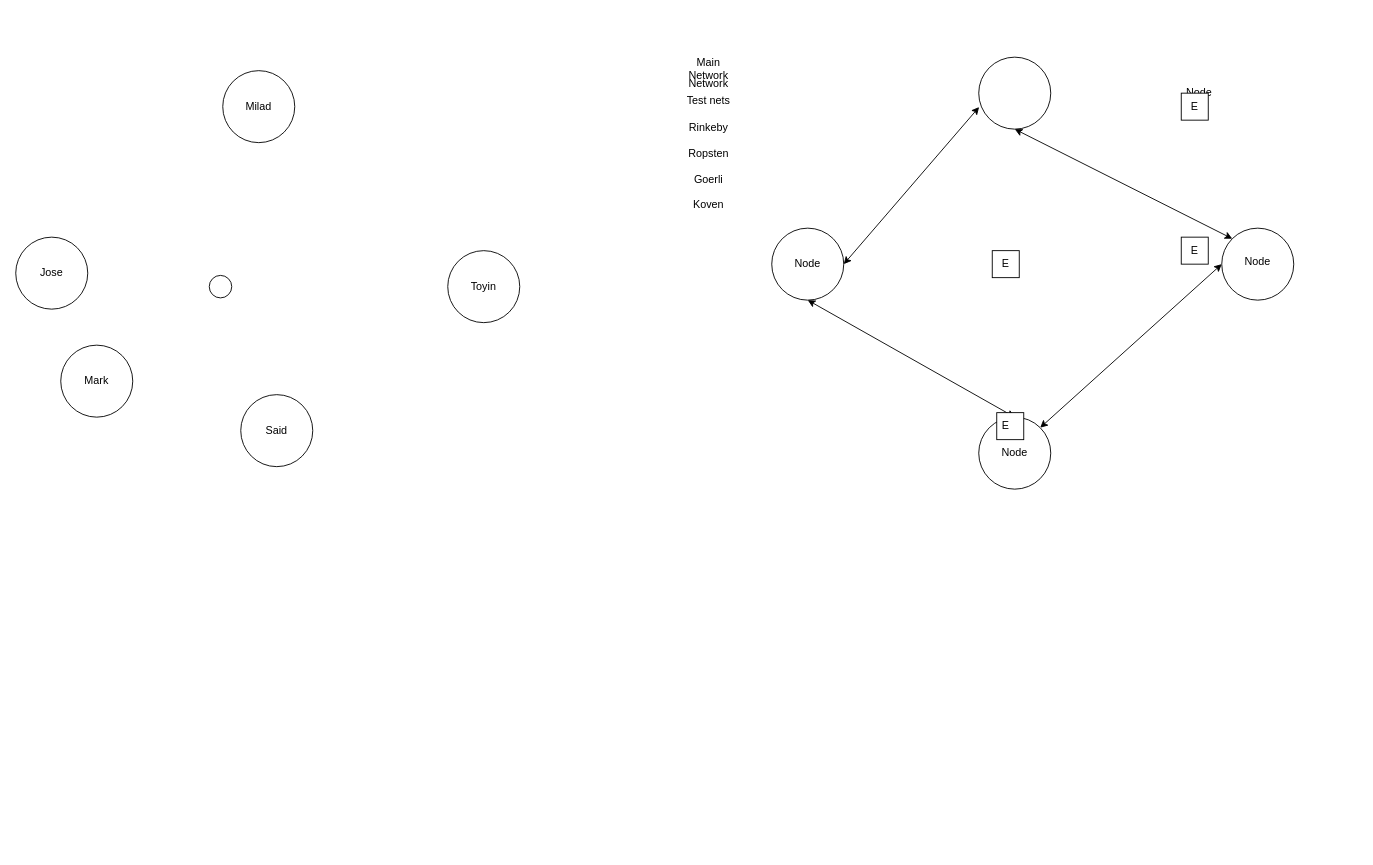
Web3-courses/Diagrams keeps this draw.io diagram as Untitled Diagram.drawio. Above is the earlier version. Source tidied: cells renumbered, new cells numbered last; positions are measured from the earlier drawing's top-left corner, leaving out a move shared by most shapes. Both pictures are drawn from the tidied source at 90%, with x=0, y=0 at pixel (15, 57).
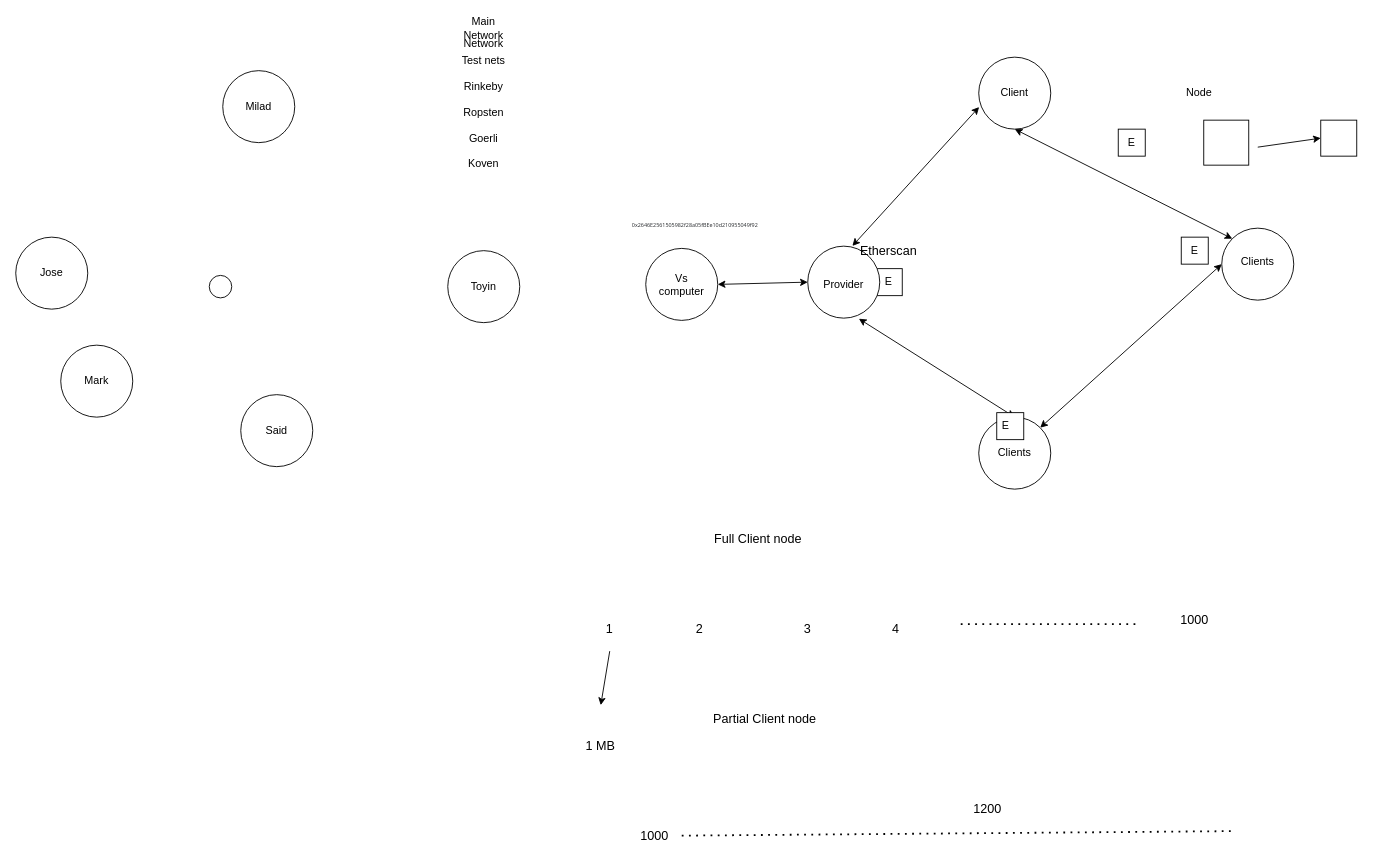
The same page after the edit.

Unchanged cells that the change refers to:
```xml
<mxCell id="3" style="ellipse;whiteSpace=wrap;html=1;" parent="1" vertex="1">
  <mxGeometry x="1070" width="80" height="80" as="geometry" />
</mxCell>
<mxCell id="5" style="ellipse;whiteSpace=wrap;html=1;" parent="1" vertex="1">
  <mxGeometry x="1070" y="400" width="80" height="80" as="geometry" />
</mxCell>
```

What changed in the source:
```diff
@@
     <mxCell id="2" style="ellipse;whiteSpace=wrap;html=1;" parent="1" vertex="1">
-      <mxGeometry x="840" y="190" width="80" height="80" as="geometry" />
+      <mxGeometry x="700" y="212.5" width="80" height="80" as="geometry" />
     </mxCell>
@@
-    <mxCell id="6" style="endArrow=classic;startArrow=classic;html=1;rounded=0;exitX=1;exitY=0.5;exitDx=0;exitDy=0;entryX=0.005;entryY=0.693;entryDx=0;entryDy=0;entryPerimeter=0;" parent="1" edge="1" source="2" target="3">
+    <mxCell id="6" style="endArrow=classic;startArrow=classic;html=1;rounded=0;entryX=0.005;entryY=0.693;entryDx=0;entryDy=0;entryPerimeter=0;exitX=0.62;exitY=-0.003;exitDx=0;exitDy=0;exitPerimeter=0;" parent="1" edge="1" source="36" target="3">
       <mxGeometry relative="1" as="geometry" />
     </mxCell>
@@
-    <mxCell id="9" style="endArrow=classic;startArrow=classic;html=1;rounded=0;entryX=0.5;entryY=1;entryDx=0;entryDy=0;exitX=0.5;exitY=0;exitDx=0;exitDy=0;" parent="1" edge="1" source="5" target="2">
+    <mxCell id="9" style="endArrow=classic;startArrow=classic;html=1;rounded=0;exitX=0.5;exitY=0;exitDx=0;exitDy=0;entryX=0.71;entryY=1.008;entryDx=0;entryDy=0;entryPerimeter=0;" parent="1" edge="1" source="5" target="36">
       <mxGeometry relative="1" as="geometry" />
     </mxCell>
-    <mxCell id="10" value="Node" style="text;html=1;strokeColor=none;fillColor=none;align=center;verticalAlign=middle;whiteSpace=wrap;rounded=0;" parent="1" vertex="1">
-      <mxGeometry x="850" y="215" width="60" height="30" as="geometry" />
+    <mxCell id="10" value="Vs computer" style="text;html=1;strokeColor=none;fillColor=none;align=center;verticalAlign=middle;whiteSpace=wrap;rounded=0;" parent="1" vertex="1">
+      <mxGeometry x="710" y="237.5" width="60" height="30" as="geometry" />
     </mxCell>
-    <mxCell id="11" value="Node" style="text;html=1;strokeColor=none;fillColor=none;align=center;verticalAlign=middle;whiteSpace=wrap;rounded=0;" parent="1" vertex="1">
+    <mxCell id="11" value="Clients" style="text;html=1;strokeColor=none;fillColor=none;align=center;verticalAlign=middle;whiteSpace=wrap;rounded=0;" parent="1" vertex="1">
       <mxGeometry x="1080" y="425" width="60" height="30" as="geometry" />
     </mxCell>
-    <mxCell id="12" value="Node" style="text;html=1;strokeColor=none;fillColor=none;align=center;verticalAlign=middle;whiteSpace=wrap;rounded=0;" parent="1" vertex="1">
+    <mxCell id="12" value="Clients" style="text;html=1;strokeColor=none;fillColor=none;align=center;verticalAlign=middle;whiteSpace=wrap;rounded=0;" parent="1" vertex="1">
       <mxGeometry x="1350" y="212.5" width="60" height="30" as="geometry" />
     </mxCell>
@@
     <mxCell id="16" style="whiteSpace=wrap;html=1;" parent="1" vertex="1">
-      <mxGeometry x="1085" y="215" width="30" height="30" as="geometry" />
+      <mxGeometry x="1225" y="80" width="30" height="30" as="geometry" />
     </mxCell>
     <mxCell id="17" value="E" style="text;html=1;strokeColor=none;fillColor=none;align=center;verticalAlign=middle;whiteSpace=wrap;rounded=0;" parent="1" vertex="1">
-      <mxGeometry x="1070" y="215" width="60" height="30" as="geometry" />
+      <mxGeometry x="1210" y="80" width="60" height="30" as="geometry" />
     </mxCell>
@@
     <mxCell id="20" style="whiteSpace=wrap;html=1;" parent="1" vertex="1">
-      <mxGeometry x="1295" y="40" width="30" height="30" as="geometry" />
+      <mxGeometry x="955" y="235" width="30" height="30" as="geometry" />
     </mxCell>
     <mxCell id="21" value="E" style="text;html=1;strokeColor=none;fillColor=none;align=center;verticalAlign=middle;whiteSpace=wrap;rounded=0;" parent="1" vertex="1">
-      <mxGeometry x="1280" y="40" width="60" height="30" as="geometry" />
+      <mxGeometry x="940" y="235" width="60" height="30" as="geometry" />
     </mxCell>
@@
     <mxCell id="33" value="Network" style="text;html=1;strokeColor=none;fillColor=none;align=center;verticalAlign=middle;whiteSpace=wrap;rounded=0;" parent="1" vertex="1">
-      <mxGeometry x="740" y="15" width="60" height="30" as="geometry" />
+      <mxGeometry x="490" y="-30" width="60" height="30" as="geometry" />
     </mxCell>
     <mxCell id="34" value="Main Network&lt;br&gt;&lt;br&gt;Test nets&lt;br&gt;&lt;br&gt;Rinkeby&lt;br&gt;&lt;br&gt;Ropsten&lt;br&gt;&lt;br&gt;Goerli&lt;br&gt;&lt;br&gt;Koven" style="text;html=1;strokeColor=none;fillColor=none;align=center;verticalAlign=middle;whiteSpace=wrap;rounded=0;" parent="1" vertex="1">
-      <mxGeometry x="740" y="70" width="60" height="30" as="geometry" />
+      <mxGeometry x="490" y="25" width="60" height="30" as="geometry" />
     </mxCell>
+    <mxCell id="35" value="Client" style="text;html=1;strokeColor=none;fillColor=none;align=center;verticalAlign=middle;whiteSpace=wrap;rounded=0;" parent="1" vertex="1">
+      <mxGeometry x="1080" y="25" width="60" height="30" as="geometry" />
+    </mxCell>
+    <mxCell id="36" style="ellipse;whiteSpace=wrap;html=1;" parent="1" vertex="1">
+      <mxGeometry x="880" y="210" width="80" height="80" as="geometry" />
+    </mxCell>
+    <mxCell id="37" value="Provider" style="text;html=1;strokeColor=none;fillColor=none;align=center;verticalAlign=middle;whiteSpace=wrap;rounded=0;" parent="1" vertex="1">
+      <mxGeometry x="890" y="237.5" width="60" height="30" as="geometry" />
+    </mxCell>
+    <mxCell id="38" style="endArrow=classic;startArrow=classic;html=1;rounded=0;exitX=1;exitY=0.5;exitDx=0;exitDy=0;entryX=0;entryY=0.5;entryDx=0;entryDy=0;" parent="1" edge="1" source="2" target="36">
+      <mxGeometry relative="1" as="geometry" />
+    </mxCell>
+    <mxCell id="39" value="&lt;span style=&quot;color: rgb(36, 39, 42); font-family: &amp;quot;Segoe UI&amp;quot;, Tahoma, sans-serif; text-align: start;&quot;&gt;&lt;font style=&quot;font-size: 6px;&quot;&gt;0x2646E2561505982f28a05fBEe10d210955049f92&lt;/font&gt;&lt;/span&gt;" style="text;html=1;strokeColor=none;fillColor=none;align=center;verticalAlign=middle;whiteSpace=wrap;rounded=0;" parent="1" vertex="1">
+      <mxGeometry x="670" y="170" width="170" height="30" as="geometry" />
+    </mxCell>
+    <mxCell id="40" value="&lt;font style=&quot;font-size: 14px;&quot;&gt;Etherscan&lt;/font&gt;" style="text;html=1;strokeColor=none;fillColor=none;align=center;verticalAlign=middle;whiteSpace=wrap;rounded=0;fontSize=6;" parent="1" vertex="1">
+      <mxGeometry x="940" y="200" width="60" height="30" as="geometry" />
+    </mxCell>
+    <mxCell id="41" style="whiteSpace=wrap;html=1;fontSize=14;" parent="1" vertex="1">
+      <mxGeometry x="1320" y="70" width="50" height="50" as="geometry" />
+    </mxCell>
+    <mxCell id="42" style="whiteSpace=wrap;html=1;fontSize=14;" parent="1" vertex="1">
+      <mxGeometry x="1450" y="70" width="40" height="40" as="geometry" />
+    </mxCell>
+    <mxCell id="43" style="endArrow=classic;html=1;rounded=0;fontSize=14;entryX=0;entryY=0.5;entryDx=0;entryDy=0;" parent="1" edge="1" target="42">
+      <mxGeometry relative="1" as="geometry">
+        <mxPoint x="1380" y="100" as="sourcePoint" />
+      </mxGeometry>
+    </mxCell>
+    <mxCell id="44" value="1" style="text;html=1;strokeColor=none;fillColor=none;align=center;verticalAlign=middle;whiteSpace=wrap;rounded=0;fontSize=14;" parent="1" vertex="1">
+      <mxGeometry x="630" y="620" width="60" height="30" as="geometry" />
+    </mxCell>
+    <mxCell id="45" value="2" style="text;html=1;strokeColor=none;fillColor=none;align=center;verticalAlign=middle;whiteSpace=wrap;rounded=0;fontSize=14;" parent="1" vertex="1">
+      <mxGeometry x="730" y="620" width="60" height="30" as="geometry" />
+    </mxCell>
+    <mxCell id="46" value="3" style="text;html=1;strokeColor=none;fillColor=none;align=center;verticalAlign=middle;whiteSpace=wrap;rounded=0;fontSize=14;" parent="1" vertex="1">
+      <mxGeometry x="850" y="620" width="60" height="30" as="geometry" />
+    </mxCell>
+    <mxCell id="47" value="4&amp;nbsp;" style="text;html=1;strokeColor=none;fillColor=none;align=center;verticalAlign=middle;whiteSpace=wrap;rounded=0;fontSize=14;" parent="1" vertex="1">
+      <mxGeometry x="950" y="620" width="60" height="30" as="geometry" />
+    </mxCell>
+    <mxCell id="48" style="endArrow=none;dashed=1;html=1;dashPattern=1 3;strokeWidth=2;rounded=0;fontSize=14;" parent="1" edge="1">
+      <mxGeometry relative="1" as="geometry">
+        <mxPoint x="1050" y="630" as="sourcePoint" />
+        <mxPoint x="1250" y="630" as="targetPoint" />
+      </mxGeometry>
+    </mxCell>
+    <mxCell id="49" value="1000" style="text;html=1;strokeColor=none;fillColor=none;align=center;verticalAlign=middle;whiteSpace=wrap;rounded=0;fontSize=14;" parent="1" vertex="1">
+      <mxGeometry x="1280" y="610" width="60" height="30" as="geometry" />
+    </mxCell>
+    <mxCell id="50" value="Full Client node" style="text;html=1;strokeColor=none;fillColor=none;align=center;verticalAlign=middle;whiteSpace=wrap;rounded=0;fontSize=14;" parent="1" vertex="1">
+      <mxGeometry x="710" y="520" width="230" height="30" as="geometry" />
+    </mxCell>
+    <mxCell id="51" value="Partial Client node" style="text;html=1;strokeColor=none;fillColor=none;align=center;verticalAlign=middle;whiteSpace=wrap;rounded=0;fontSize=14;" parent="1" vertex="1">
+      <mxGeometry x="705" y="720" width="255" height="30" as="geometry" />
+    </mxCell>
+    <mxCell id="52" value="1000" style="text;html=1;strokeColor=none;fillColor=none;align=center;verticalAlign=middle;whiteSpace=wrap;rounded=0;fontSize=14;" parent="1" vertex="1">
+      <mxGeometry x="680" y="850" width="60" height="30" as="geometry" />
+    </mxCell>
+    <mxCell id="53" style="endArrow=none;dashed=1;html=1;dashPattern=1 3;strokeWidth=2;rounded=0;fontSize=14;exitX=1;exitY=0.5;exitDx=0;exitDy=0;" parent="1" edge="1" source="52">
+      <mxGeometry relative="1" as="geometry">
+        <mxPoint x="1350" y="860" as="targetPoint" />
+      </mxGeometry>
+    </mxCell>
+    <mxCell id="54" style="endArrow=classic;html=1;rounded=0;fontSize=14;" parent="1" edge="1">
+      <mxGeometry relative="1" as="geometry">
+        <mxPoint x="660" y="660" as="sourcePoint" />
+        <mxPoint x="650" y="720" as="targetPoint" />
+      </mxGeometry>
+    </mxCell>
+    <mxCell id="55" value="1 MB" style="text;html=1;strokeColor=none;fillColor=none;align=center;verticalAlign=middle;whiteSpace=wrap;rounded=0;fontSize=14;" parent="1" vertex="1">
+      <mxGeometry x="620" y="750" width="60" height="30" as="geometry" />
+    </mxCell>
+    <mxCell id="56" value="1200" style="text;html=1;strokeColor=none;fillColor=none;align=center;verticalAlign=middle;whiteSpace=wrap;rounded=0;fontSize=14;" parent="1" vertex="1">
+      <mxGeometry x="1050" y="820" width="60" height="30" as="geometry" />
+    </mxCell>
```
